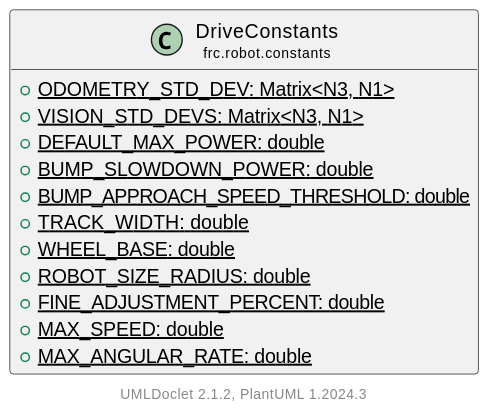
The PlantUML diagram docs/uml/frc/robot/constants/DriveConstants.svg in LakotaRobotics1038/2026RobotProject, before a commit.
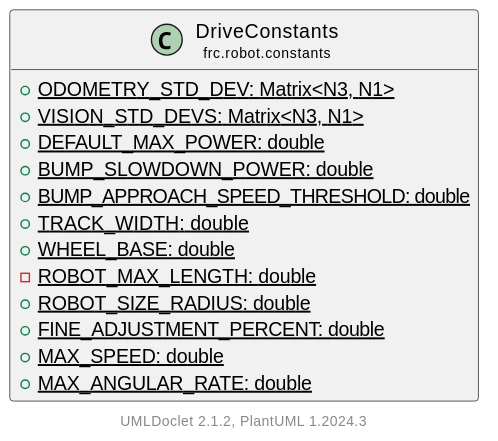
The same file after the commit.

The edit, as a diff of the source:
```diff
@@ -11,6 +11,7 @@
         {static} +BUMP_APPROACH_SPEED_THRESHOLD: double
         {static} +TRACK_WIDTH: double
         {static} +WHEEL_BASE: double
+        {static} -ROBOT_MAX_LENGTH: double
         {static} +ROBOT_SIZE_RADIUS: double
         {static} +FINE_ADJUSTMENT_PERCENT: double
         {static} +MAX_SPEED: double
```
